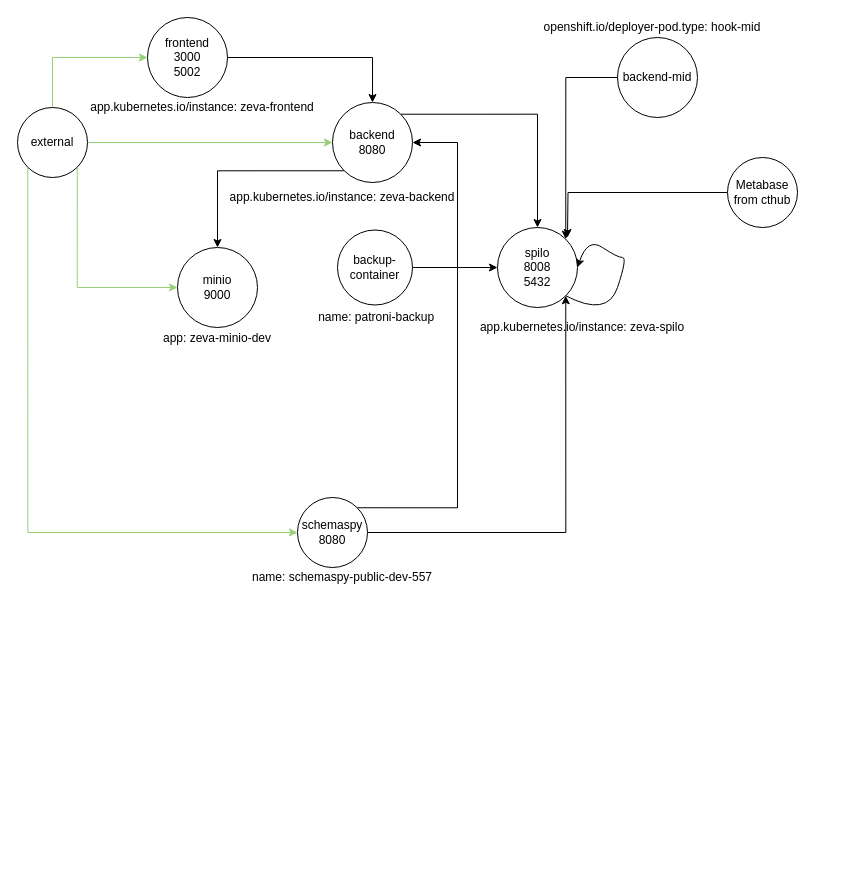
Earlier version of the draw.io diagram openshift/templates/knp/knp-diagram.drawio (bcgov/zeva). Source tidied: cells renumbered, new cells numbered last; positions are measured from the earlier drawing's top-left corner, leaving out a move shared by most shapes. Both pictures are drawn from the tidied source at 100%, with x=0, y=0 at pixel (17, 17).
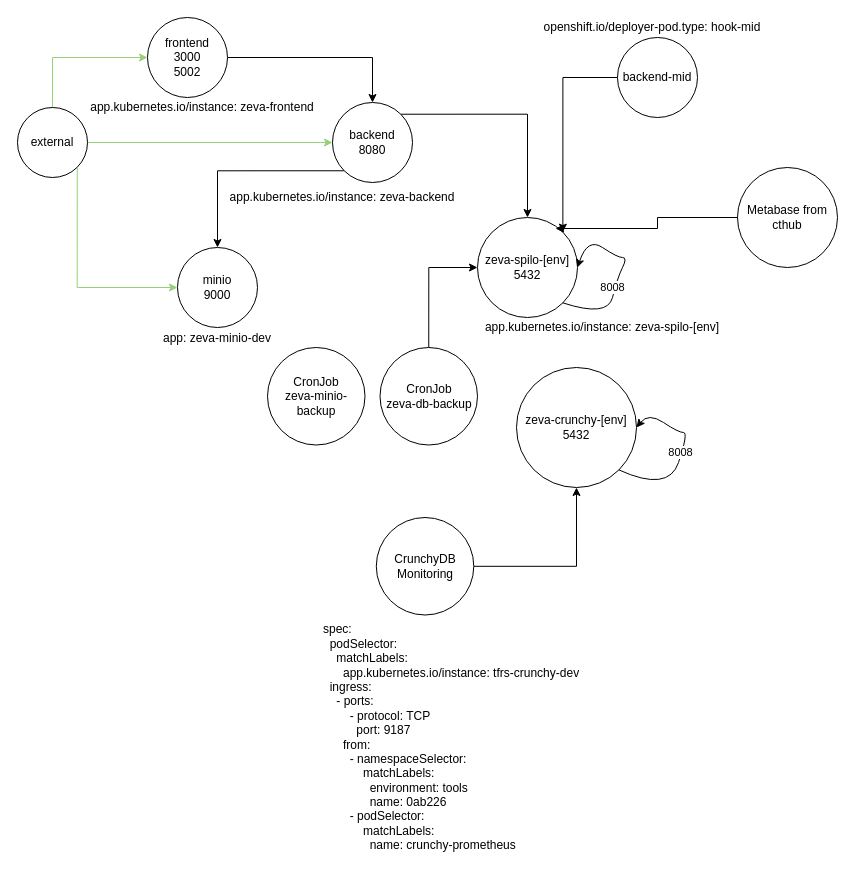
The same page after the edit.

Unchanged cells that the change refers to:
```xml
<mxCell id="6" value="backend&lt;br&gt;8080" style="ellipse;whiteSpace=wrap;html=1;" parent="1" vertex="1">
  <mxGeometry x="315" y="85" width="80" height="80" as="geometry" />
</mxCell>
<mxCell id="16" value="external" style="ellipse;whiteSpace=wrap;html=1;" parent="1" vertex="1">
  <mxGeometry y="90" width="70" height="70" as="geometry" />
</mxCell>
```

The edit, as a diff of the source:
```diff
@@
-    <mxCell id="7" value="spilo&lt;br&gt;8008&lt;br&gt;5432" style="ellipse;whiteSpace=wrap;html=1;" parent="1" vertex="1">
-      <mxGeometry x="480" y="210" width="80" height="80" as="geometry" />
+    <mxCell id="7" value="zeva-spilo-[env]&lt;br&gt;5432" style="ellipse;whiteSpace=wrap;html=1;" parent="1" vertex="1">
+      <mxGeometry x="460" y="200" width="100" height="100" as="geometry" />
     </mxCell>
-    <mxCell id="8" style="edgeStyle=orthogonalEdgeStyle;rounded=0;jettySize=auto;html=1;entryX=0;entryY=0.5;entryDx=0;entryDy=0;strokeColor=#010103;" parent="1" edge="1" source="10" target="7">
-      <mxGeometry relative="1" as="geometry" />
-    </mxCell>
-    <mxCell id="9" style="edgeStyle=orthogonalEdgeStyle;rounded=0;jettySize=auto;html=1;exitX=1;exitY=0;exitDx=0;exitDy=0;entryX=1;entryY=0.5;entryDx=0;entryDy=0;" parent="1" edge="1" source="21" target="6">
-      <mxGeometry relative="1" as="geometry">
-        <Array as="points">
-          <mxPoint x="440" y="490" />
-          <mxPoint x="440" y="125" />
-        </Array>
-      </mxGeometry>
-    </mxCell>
-    <mxCell id="10" value="backup-container" style="ellipse;whiteSpace=wrap;html=1;" parent="1" vertex="1">
-      <mxGeometry x="320" y="212.5" width="75" height="75" as="geometry" />
-    </mxCell>
@@
-    <mxCell id="14" style="edgeStyle=orthogonalEdgeStyle;rounded=0;jettySize=auto;html=1;exitX=0;exitY=1;exitDx=0;exitDy=0;entryX=0;entryY=0.5;entryDx=0;entryDy=0;strokeColor=#97D077;" parent="1" edge="1" source="16" target="21">
-      <mxGeometry relative="1" as="geometry">
-        <Array as="points">
-          <mxPoint x="10" y="515" />
-        </Array>
-      </mxGeometry>
-    </mxCell>
@@
     <mxCell id="17" style="curved=1;endArrow=classic;html=1;exitX=1;exitY=1;exitDx=0;exitDy=0;entryX=1;entryY=0.5;entryDx=0;entryDy=0;strokeColor=#010103;" parent="1" edge="1" source="7" target="7">
       <mxGeometry relative="1" as="geometry">
         <Array as="points">
           <mxPoint x="590" y="300" />
+          <mxPoint x="600" y="260" />
           <mxPoint x="610" y="240" />
           <mxPoint x="600" y="240" />
           <mxPoint x="570" y="220" />
         </Array>
       </mxGeometry>
     </mxCell>
+    <mxCell id="31" value="8008" style="edgeLabel;html=1;align=center;verticalAlign=middle;" parent="17" vertex="1">
+      <mxGeometry x="-0.17" y="3" relative="1" as="geometry" />
+    </mxCell>
@@
-    <mxCell id="20" style="edgeStyle=orthogonalEdgeStyle;rounded=0;jettySize=auto;html=1;entryX=1;entryY=1;entryDx=0;entryDy=0;strokeColor=#010103;" parent="1" edge="1" source="21" target="7">
-      <mxGeometry relative="1" as="geometry" />
-    </mxCell>
-    <mxCell id="21" value="schemaspy&lt;br&gt;8080" style="ellipse;whiteSpace=wrap;html=1;" parent="1" vertex="1">
-      <mxGeometry x="280" y="480" width="70" height="70" as="geometry" />
-    </mxCell>
@@
-    <mxCell id="23" value="app.kubernetes.io/instance: zeva-spilo" style="text;html=1;strokeColor=none;fillColor=none;align=center;verticalAlign=middle;whiteSpace=wrap;rounded=0;" parent="1" vertex="1">
-      <mxGeometry x="450" y="300" width="230" height="20" as="geometry" />
+    <mxCell id="23" value="app.kubernetes.io/instance: zeva-spilo-[env]" style="text;html=1;strokeColor=none;fillColor=none;align=center;verticalAlign=middle;whiteSpace=wrap;rounded=0;" parent="1" vertex="1">
+      <mxGeometry x="450" y="300" width="270" height="20" as="geometry" />
     </mxCell>
-    <mxCell id="24" value="&amp;nbsp;name: patroni-backup" style="text;html=1;strokeColor=none;fillColor=none;align=center;verticalAlign=middle;whiteSpace=wrap;rounded=0;" parent="1" vertex="1">
-      <mxGeometry x="290" y="290" width="135" height="20" as="geometry" />
-    </mxCell>
-    <mxCell id="25" value="name: schemaspy-public-dev-557" style="text;html=1;strokeColor=none;fillColor=none;align=center;verticalAlign=middle;whiteSpace=wrap;rounded=0;" parent="1" vertex="1">
-      <mxGeometry x="230" y="550" width="190" height="20" as="geometry" />
-    </mxCell>
@@
-    <mxCell id="28" style="edgeStyle=orthogonalEdgeStyle;rounded=0;jettySize=auto;html=1;exitX=0;exitY=0.5;exitDx=0;exitDy=0;" parent="1" edge="1" source="29">
-      <mxGeometry relative="1" as="geometry">
-        <mxPoint x="550" y="220" as="targetPoint" />
-      </mxGeometry>
-    </mxCell>
     <mxCell id="29" value="Metabase from cthub" style="ellipse;whiteSpace=wrap;html=1;" parent="1" vertex="1">
-      <mxGeometry x="710" y="140" width="70" height="70" as="geometry" />
+      <mxGeometry x="720" y="150" width="100" height="100" as="geometry" />
     </mxCell>
@@
+    <mxCell id="32" value="zeva-crunchy-[env]&lt;br&gt;5432" style="ellipse;whiteSpace=wrap;html=1;" parent="1" vertex="1">
+      <mxGeometry x="499" y="350" width="120" height="120" as="geometry" />
+    </mxCell>
+    <mxCell id="33" style="curved=1;endArrow=classic;html=1;exitX=1;exitY=1;exitDx=0;exitDy=0;strokeColor=#010103;entryX=1;entryY=0.5;entryDx=0;entryDy=0;" parent="1" edge="1" source="32" target="32">
+      <mxGeometry relative="1" as="geometry">
+        <Array as="points">
+          <mxPoint x="651" y="475" />
+          <mxPoint x="671" y="415" />
+          <mxPoint x="661" y="415" />
+          <mxPoint x="631" y="395" />
+        </Array>
+      </mxGeometry>
+    </mxCell>
+    <mxCell id="34" value="8008" style="edgeLabel;html=1;align=center;verticalAlign=middle;" parent="33" vertex="1">
+      <mxGeometry x="0.06" y="2" relative="1" as="geometry" />
+    </mxCell>
+    <mxCell id="35" style="edgeStyle=orthogonalEdgeStyle;rounded=0;jettySize=auto;html=1;exitX=0.5;exitY=0;exitDx=0;exitDy=0;entryX=0;entryY=0.5;entryDx=0;entryDy=0;" parent="1" edge="1" source="36" target="7">
+      <mxGeometry relative="1" as="geometry" />
+    </mxCell>
+    <mxCell id="36" value="CronJob&lt;br class=&quot;Apple-interchange-newline&quot;&gt;zeva-db-backup&lt;br&gt;" style="ellipse;whiteSpace=wrap;html=1;" parent="1" vertex="1">
+      <mxGeometry x="362.5" y="330" width="97.5" height="97.5" as="geometry" />
+    </mxCell>
+    <mxCell id="37" style="edgeStyle=orthogonalEdgeStyle;rounded=0;jettySize=auto;html=1;exitX=0;exitY=0.5;exitDx=0;exitDy=0;entryX=0.78;entryY=0.11;entryDx=0;entryDy=0;entryPerimeter=0;" parent="1" edge="1" source="29" target="7">
+      <mxGeometry relative="1" as="geometry" />
+    </mxCell>
+    <mxCell id="38" value="CronJob&lt;br class=&quot;Apple-interchange-newline&quot;&gt;zeva-minio-backup" style="ellipse;whiteSpace=wrap;html=1;" parent="1" vertex="1">
+      <mxGeometry x="250" y="330" width="97.5" height="97.5" as="geometry" />
+    </mxCell>
+    <mxCell id="39" style="edgeStyle=orthogonalEdgeStyle;rounded=0;jettySize=auto;html=1;entryX=0.5;entryY=1;entryDx=0;entryDy=0;" parent="1" edge="1" source="40" target="32">
+      <mxGeometry relative="1" as="geometry" />
+    </mxCell>
+    <mxCell id="40" value="CrunchyDB Monitoring" style="ellipse;whiteSpace=wrap;html=1;" parent="1" vertex="1">
+      <mxGeometry x="358.8" y="500" width="97.5" height="97.5" as="geometry" />
+    </mxCell>
+    <mxCell id="41" value="&lt;div&gt;spec:&lt;/div&gt;&lt;div&gt;&amp;nbsp; podSelector:&lt;/div&gt;&lt;div&gt;&amp;nbsp; &amp;nbsp; matchLabels:&lt;/div&gt;&lt;div&gt;&amp;nbsp; &amp;nbsp; &amp;nbsp; app.kubernetes.io/instance: tfrs-crunchy-dev&lt;/div&gt;&lt;div&gt;&amp;nbsp; ingress:&lt;/div&gt;&lt;div&gt;&amp;nbsp; &amp;nbsp; - ports:&lt;/div&gt;&lt;div&gt;&amp;nbsp; &amp;nbsp; &amp;nbsp; &amp;nbsp; - protocol: TCP&lt;/div&gt;&lt;div&gt;&amp;nbsp; &amp;nbsp; &amp;nbsp; &amp;nbsp; &amp;nbsp; port: 9187&lt;/div&gt;&lt;div&gt;&amp;nbsp; &amp;nbsp; &amp;nbsp; from:&lt;/div&gt;&lt;div&gt;&amp;nbsp; &amp;nbsp; &amp;nbsp; &amp;nbsp; - namespaceSelector:&lt;/div&gt;&lt;div&gt;&amp;nbsp; &amp;nbsp; &amp;nbsp; &amp;nbsp; &amp;nbsp; &amp;nbsp; matchLabels:&lt;/div&gt;&lt;div&gt;&amp;nbsp; &amp;nbsp; &amp;nbsp; &amp;nbsp; &amp;nbsp; &amp;nbsp; &amp;nbsp; environment: tools&lt;/div&gt;&lt;div&gt;&amp;nbsp; &amp;nbsp; &amp;nbsp; &amp;nbsp; &amp;nbsp; &amp;nbsp; &amp;nbsp; name: 0ab226&lt;/div&gt;&lt;div&gt;&amp;nbsp; &amp;nbsp; &amp;nbsp; &amp;nbsp; - podSelector:&lt;/div&gt;&lt;div&gt;&amp;nbsp; &amp;nbsp; &amp;nbsp; &amp;nbsp; &amp;nbsp; &amp;nbsp; matchLabels:&lt;/div&gt;&lt;div&gt;&amp;nbsp; &amp;nbsp; &amp;nbsp; &amp;nbsp; &amp;nbsp; &amp;nbsp; &amp;nbsp; name: crunchy-prometheus&lt;/div&gt;" style="text;html=1;strokeColor=none;fillColor=none;align=left;verticalAlign=middle;whiteSpace=wrap;rounded=0;" parent="1" vertex="1">
+      <mxGeometry x="303.8" y="600" width="276.2" height="240" as="geometry" />
+    </mxCell>
```
